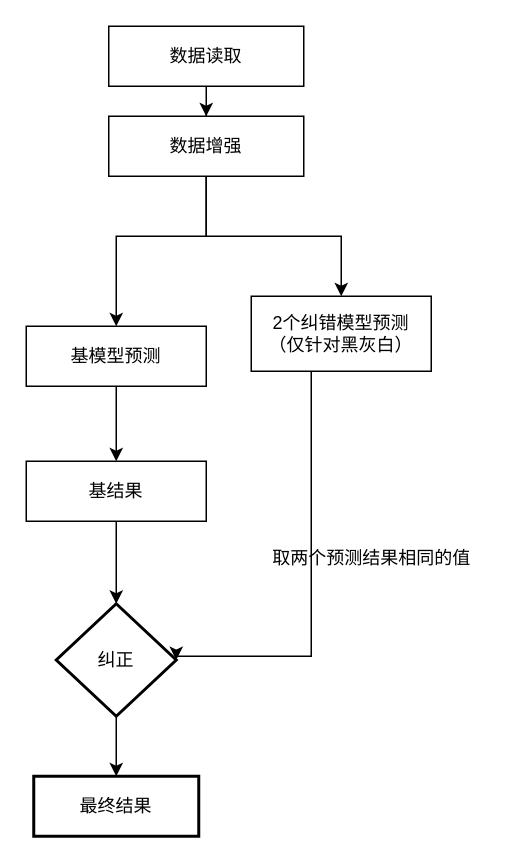
Before: 模型组成.drawio in jiangyuanyuan1/invention, a draw.io diagram. Source tidied: cells renumbered, new cells numbered last; positions are measured from the earlier drawing's top-left corner, leaving out a move shared by most shapes. Both pictures are drawn from the tidied source at 150%, with x=0, y=0 at pixel (26, 26).
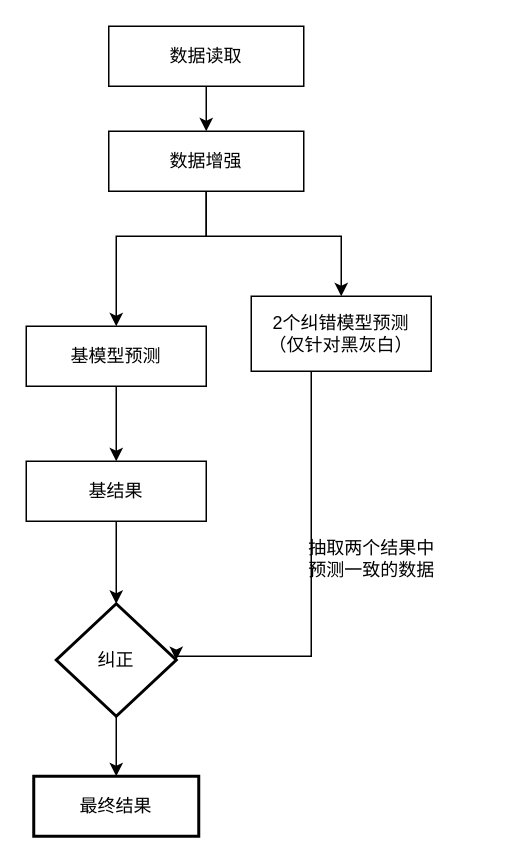
The same page after the edit.

Commit message:
更新模型组成.drawio

The edit, as a diff of the source:
```diff
@@
     <mxCell id="6" value="数据增强" style="rounded=0;whiteSpace=wrap;html=1;" parent="1" vertex="1">
-      <mxGeometry x="55" y="60" width="130" height="40" as="geometry" />
+      <mxGeometry x="55" y="70" width="130" height="40" as="geometry" />
     </mxCell>
@@
-    <mxCell id="13" value="&lt;span style=&quot;&quot;&gt;取两个预测结果相同的值&lt;/span&gt;" style="text;html=1;align=center;verticalAlign=middle;strokeColor=none;fillColor=none;" parent="1" vertex="1">
-      <mxGeometry x="150" y="340" width="160" height="30" as="geometry" />
+    <mxCell id="13" value="抽取两个结果中&lt;br&gt;预测一致的数据" style="text;html=1;align=center;verticalAlign=middle;strokeColor=none;fillColor=none;" parent="1" vertex="1">
+      <mxGeometry x="175" y="335" width="110" height="40" as="geometry" />
     </mxCell>
```
